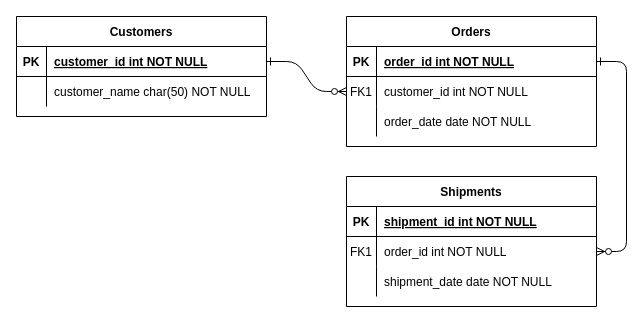
Earlier version of the draw.io diagram Untitled Diagram.drawio (xyangwu22/msba2). Source tidied: cells renumbered, new cells numbered last; positions are measured from the earlier drawing's top-left corner, leaving out a move shared by most shapes. Both pictures are drawn from the tidied source at 100%, with x=0, y=0 at pixel (16, 16).
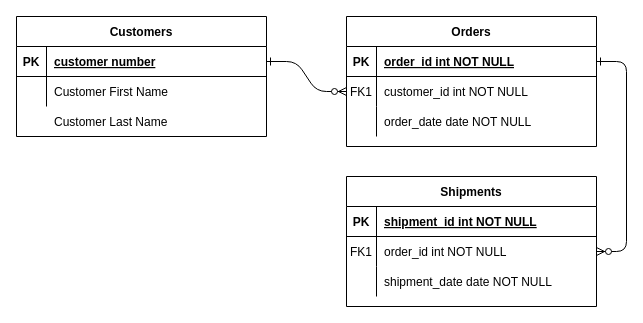
Above is the later version.

Unchanged cells that the change refers to:
```xml
<mxCell id="25" style="shape=partialRectangle;fillColor=none;points=[[0,0.5],[1,0.5]];portConstraint=eastwest;top=0;left=0;right=0;bottom=1;" parent="24" vertex="1">
  <mxGeometry y="30" width="250" height="30" as="geometry" />
</mxCell>
<mxCell id="28" style="shape=partialRectangle;fillColor=none;top=0;left=0;right=0;bottom=0;" parent="24" vertex="1">
  <mxGeometry y="60" width="250" height="30" as="geometry" />
</mxCell>
```

Change to the diagram source:
```diff
@@
     <mxCell id="24" value="Customers" style="shape=table;startSize=30;childLayout=tableLayout;rowLines=0;fontStyle=1;align=center;" parent="1" vertex="1">
-      <mxGeometry width="250" height="100" as="geometry" />
+      <mxGeometry width="250" height="120" as="geometry" />
     </mxCell>
@@
-    <mxCell id="27" value="customer_id int NOT NULL " style="shape=partialRectangle;overflow=hidden;fillColor=none;top=0;left=0;bottom=0;right=0;align=left;spacingLeft=6;fontStyle=5;" parent="25" vertex="1">
+    <mxCell id="27" value="customer number" style="shape=partialRectangle;overflow=hidden;fillColor=none;top=0;left=0;bottom=0;right=0;align=left;spacingLeft=6;fontStyle=5;" parent="25" vertex="1">
       <mxGeometry x="30" width="220" height="30" as="geometry" />
     </mxCell>
@@
-    <mxCell id="30" value="customer_name char(50) NOT NULL" style="shape=partialRectangle;overflow=hidden;fillColor=none;top=0;left=0;bottom=0;right=0;align=left;spacingLeft=6;" parent="28" vertex="1">
+    <mxCell id="30" value="Customer First Name" style="shape=partialRectangle;overflow=hidden;fillColor=none;top=0;left=0;bottom=0;right=0;align=left;spacingLeft=6;" parent="28" vertex="1">
       <mxGeometry x="30" width="220" height="30" as="geometry" />
     </mxCell>
+    <mxCell id="31" value="Customer Last Name" style="shape=partialRectangle;overflow=hidden;fillColor=none;top=0;left=0;bottom=0;right=0;align=left;spacingLeft=6;" parent="1" vertex="1">
+      <mxGeometry x="30" y="90" width="220" height="30" as="geometry" />
+    </mxCell>
```
